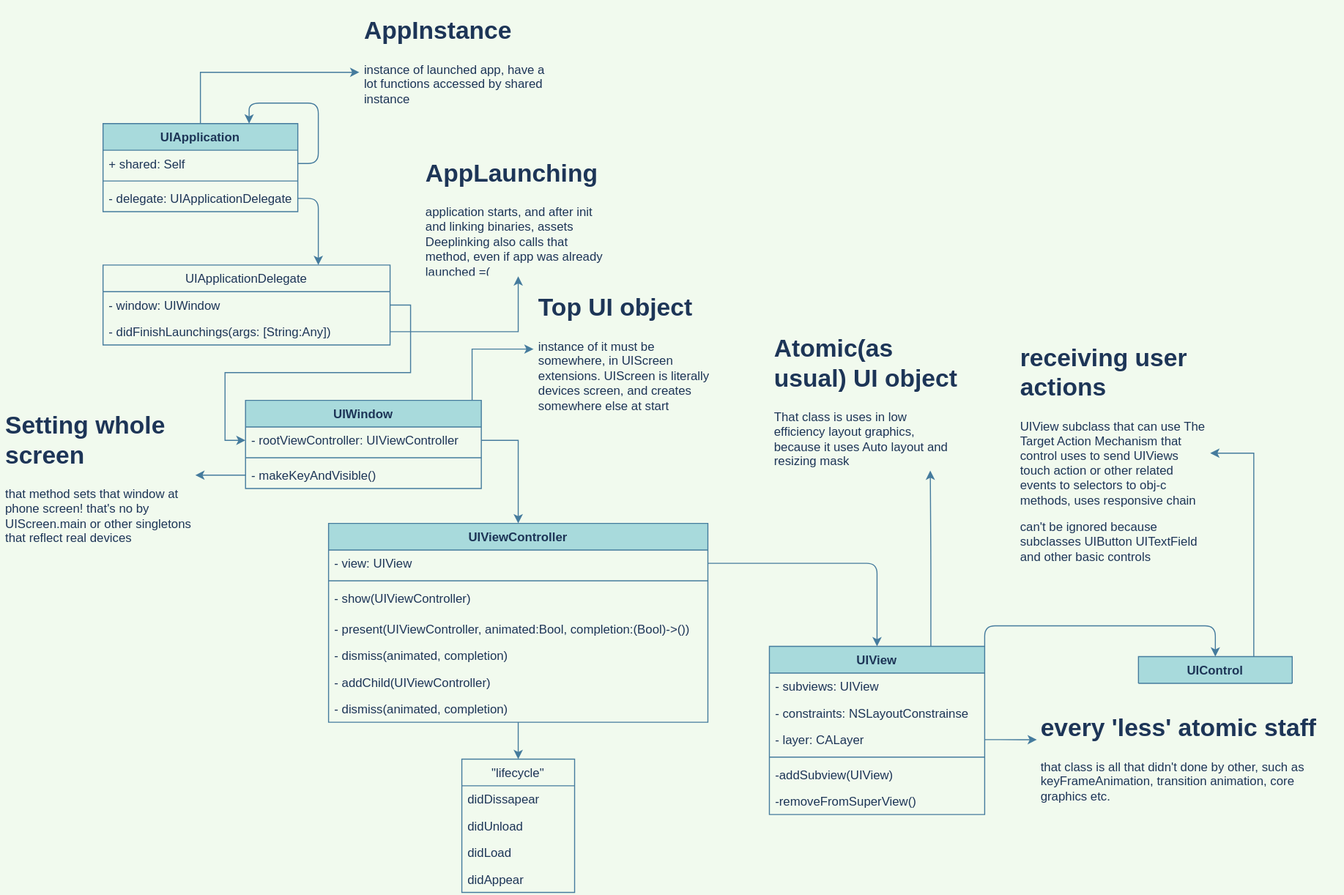
This is UIKit_iOS.svg from rostikjooo/MacOSBootstrap, a draw.io export, as it was before one commit. Source tidied: cells renumbered, new cells last; positions are measured from the earlier drawing's top-left corner, leaving out a move shared by most shapes.
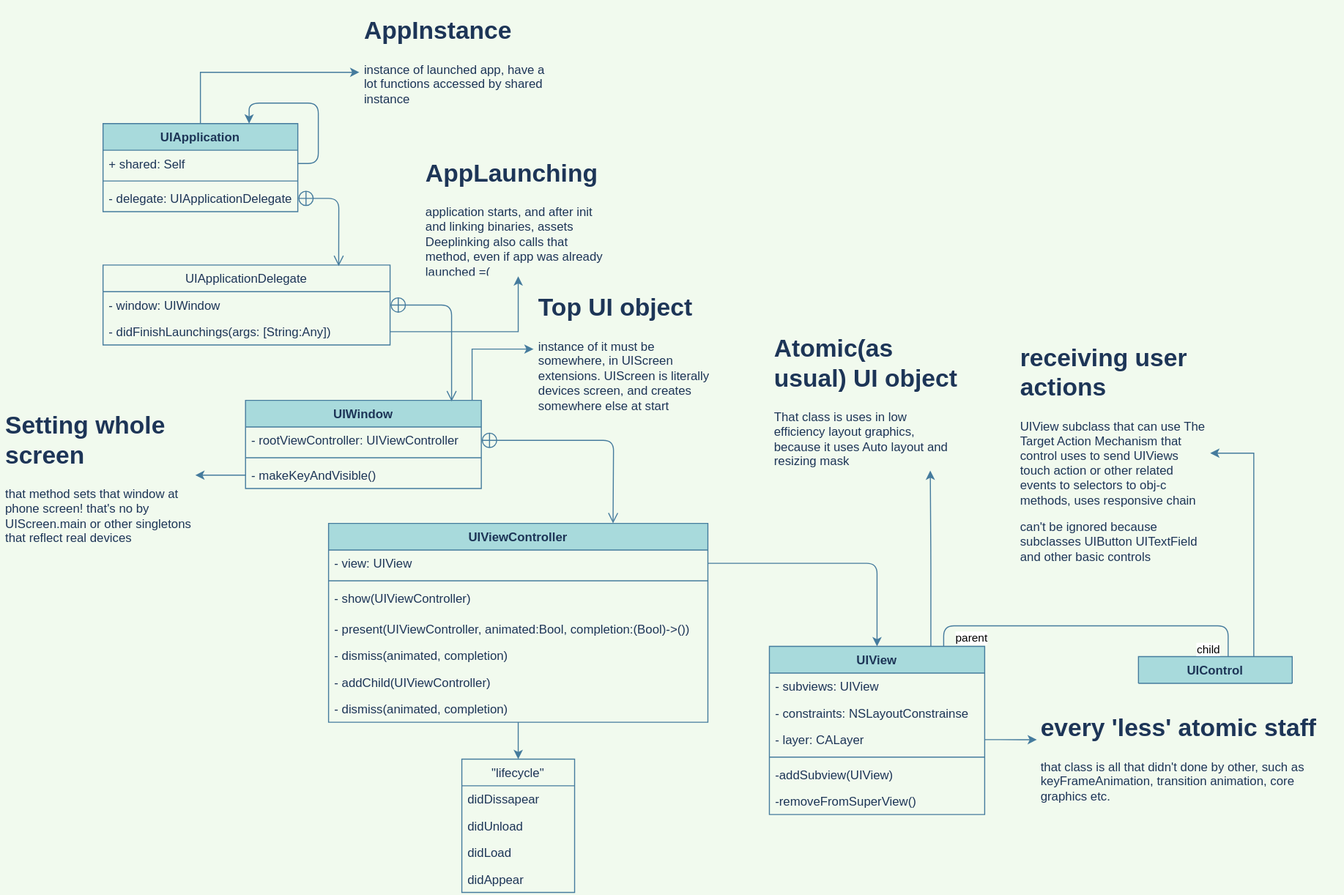
The same file after the commit.

Diff of the diagram source:
```diff
@@ -54,9 +54,6 @@
     <mxCell id="15" value="- makeKeyAndVisible()" style="text;strokeColor=none;fillColor=none;align=left;verticalAlign=top;spacingLeft=4;spacingRight=4;overflow=hidden;points=[[0,0.5],[1,0.5]];portConstraint=eastwest;fontColor=#1D3557;" parent="12" vertex="1">
       <mxGeometry y="60" width="230" height="26" as="geometry" />
     </mxCell>
-    <mxCell id="16" style="edgeStyle=orthogonalEdgeStyle;rounded=0;jettySize=auto;html=1;exitX=1;exitY=0.5;exitDx=0;exitDy=0;entryX=0;entryY=0.5;entryDx=0;entryDy=0;labelBackgroundColor=#F1FAEE;strokeColor=#457B9D;fontColor=#1D3557;" parent="1" edge="1" source="9" target="13">
-      <mxGeometry relative="1" as="geometry" />
-    </mxCell>
     <mxCell id="17" value="UIViewController" style="swimlane;fontStyle=1;align=center;verticalAlign=top;horizontal=1;startSize=26;fillColor=#A8DADC;strokeColor=#457B9D;fontColor=#1D3557;" parent="1" vertex="1">
       <mxGeometry x="320" y="500" width="370" height="194" as="geometry" />
     </mxCell>
@@ -114,23 +111,12 @@
     <mxCell id="35" value="&lt;h1&gt;Setting whole screen&lt;/h1&gt;&lt;p&gt;that method sets that window at phone screen! that's no by UIScreen.main or other singletons that reflect real devices&lt;/p&gt;" style="text;html=1;strokeColor=none;fillColor=none;spacing=5;spacingTop=-20;whiteSpace=wrap;overflow=hidden;rounded=0;fontColor=#1D3557;" parent="1" vertex="1">
       <mxGeometry y="384.5" width="190" height="137" as="geometry" />
     </mxCell>
-    <mxCell id="36" style="edgeStyle=orthogonalEdgeStyle;rounded=0;jettySize=auto;html=1;exitX=1;exitY=0.5;exitDx=0;exitDy=0;entryX=0.5;entryY=0;entryDx=0;entryDy=0;labelBackgroundColor=#F1FAEE;strokeColor=#457B9D;fontColor=#1D3557;" parent="1" edge="1" source="13" target="17">
-      <mxGeometry relative="1" as="geometry" />
-    </mxCell>
     <mxCell id="37" value="&lt;h1&gt;Atomic(as usual) UI object&lt;/h1&gt;&lt;p&gt;That class is uses in low efficiency layout graphics, because it uses Auto layout and resizing mask&lt;/p&gt;" style="text;html=1;strokeColor=none;fillColor=none;spacing=5;spacingTop=-20;whiteSpace=wrap;overflow=hidden;rounded=0;fontColor=#1D3557;" parent="1" vertex="1">
       <mxGeometry x="750" y="310" width="190" height="137" as="geometry" />
     </mxCell>
     <mxCell id="38" style="edgeStyle=orthogonalEdgeStyle;curved=0;rounded=1;sketch=0;jettySize=auto;html=1;exitX=0.75;exitY=0;exitDx=0;exitDy=0;entryX=0.826;entryY=1.011;entryDx=0;entryDy=0;entryPerimeter=0;strokeColor=#457B9D;fillColor=#A8DADC;fontColor=#1D3557;" parent="1" edge="1" source="40" target="37">
       <mxGeometry relative="1" as="geometry" />
     </mxCell>
-    <mxCell id="39" style="edgeStyle=orthogonalEdgeStyle;curved=0;rounded=1;sketch=0;jettySize=auto;html=1;exitX=1;exitY=0;exitDx=0;exitDy=0;strokeColor=#457B9D;fillColor=#A8DADC;fontColor=#1D3557;entryX=0.5;entryY=0;entryDx=0;entryDy=0;" parent="1" edge="1" source="40" target="48">
-      <mxGeometry relative="1" as="geometry">
-        <Array as="points">
-          <mxPoint x="960" y="600" />
-          <mxPoint x="1185" y="600" />
-        </Array>
-      </mxGeometry>
-    </mxCell>
     <mxCell id="40" value="UIView" style="swimlane;fontStyle=1;align=center;verticalAlign=top;horizontal=1;startSize=26;fillColor=#A8DADC;strokeColor=#457B9D;fontColor=#1D3557;" parent="1" vertex="1">
       <mxGeometry x="750" y="620" width="210" height="164" as="geometry" />
     </mxCell>
@@ -173,8 +159,46 @@
     <mxCell id="53" style="edgeStyle=orthogonalEdgeStyle;curved=0;rounded=1;sketch=0;jettySize=auto;html=1;exitX=0;exitY=0.5;exitDx=0;exitDy=0;strokeColor=#457B9D;fillColor=#A8DADC;fontColor=#1D3557;entryX=1;entryY=0.5;entryDx=0;entryDy=0;" parent="1" edge="1" source="15" target="35">
       <mxGeometry relative="1" as="geometry" />
     </mxCell>
+    <mxCell id="55" style="endArrow=none;html=1;edgeStyle=orthogonalEdgeStyle;strokeColor=#457B9D;fillColor=#A8DADC;fontColor=#1D3557;entryX=0.5;entryY=0;entryDx=0;entryDy=0;exitX=0.75;exitY=0;exitDx=0;exitDy=0;" parent="1" edge="1">
+      <mxGeometry relative="1" as="geometry">
+        <mxPoint x="920" y="620" as="sourcePoint" />
+        <mxPoint x="1197.5" y="630" as="targetPoint" />
+        <Array as="points">
+          <mxPoint x="920.5" y="600" />
+          <mxPoint x="1197.5" y="600" />
+        </Array>
+      </mxGeometry>
+    </mxCell>
+    <mxCell id="56" value="parent" style="edgeLabel;html=1;align=left;verticalAlign=bottom;" parent="55" vertex="1">
+      <mxGeometry x="-1" relative="1" as="geometry">
+        <mxPoint x="10" as="offset" />
+      </mxGeometry>
+    </mxCell>
+    <mxCell id="57" value="child" style="edgeLabel;html=1;align=right;verticalAlign=bottom;" parent="55" vertex="1">
+      <mxGeometry x="1" relative="1" as="geometry">
+        <mxPoint x="-7.5" as="offset" />
+      </mxGeometry>
+    </mxCell>
-    <mxCell id="54" style="edgeStyle=orthogonalEdgeStyle;rounded=1;sketch=0;jettySize=auto;html=1;exitX=1;exitY=0.5;exitDx=0;exitDy=0;entryX=0.75;entryY=0;entryDx=0;entryDy=0;strokeColor=#457B9D;fillColor=#A8DADC;fontColor=#1D3557;" parent="1" edge="1" source="6" target="8">
-      <mxGeometry relative="1" as="geometry" />
+    <mxCell id="54" style="endArrow=open;startArrow=circlePlus;endFill=0;startFill=0;endSize=8;html=1;strokeColor=#457B9D;fillColor=#A8DADC;fontColor=#1D3557;entryX=0.821;entryY=0.013;entryDx=0;entryDy=0;exitX=1;exitY=0.5;exitDx=0;exitDy=0;entryPerimeter=0;" parent="1" edge="1" source="6" target="8">
+      <mxGeometry relative="1" as="geometry">
+        <Array as="points">
+          <mxPoint x="330" y="183" />
+        </Array>
+      </mxGeometry>
     </mxCell>
+    <mxCell id="58" style="endArrow=open;startArrow=circlePlus;endFill=0;startFill=0;endSize=8;html=1;strokeColor=#457B9D;fillColor=#A8DADC;fontColor=#1D3557;entryX=0.874;entryY=0.012;entryDx=0;entryDy=0;exitX=1;exitY=0.5;exitDx=0;exitDy=0;entryPerimeter=0;" parent="1" edge="1" source="9" target="12">
+      <mxGeometry relative="1" as="geometry">
+        <Array as="points">
+          <mxPoint x="440" y="287" />
+        </Array>
+      </mxGeometry>
+    </mxCell>
+    <mxCell id="36" style="endArrow=open;startArrow=circlePlus;endFill=0;startFill=0;endSize=8;html=1;strokeColor=#457B9D;fillColor=#A8DADC;fontColor=#1D3557;entryX=0.75;entryY=0;entryDx=0;entryDy=0;exitX=1;exitY=0.5;exitDx=0;exitDy=0;" parent="1" edge="1" source="13" target="17">
+      <mxGeometry relative="1" as="geometry">
+        <Array as="points">
+          <mxPoint x="598" y="419" />
+        </Array>
+      </mxGeometry>
+    </mxCell>
   </root>
 </mxGraphModel>
```
